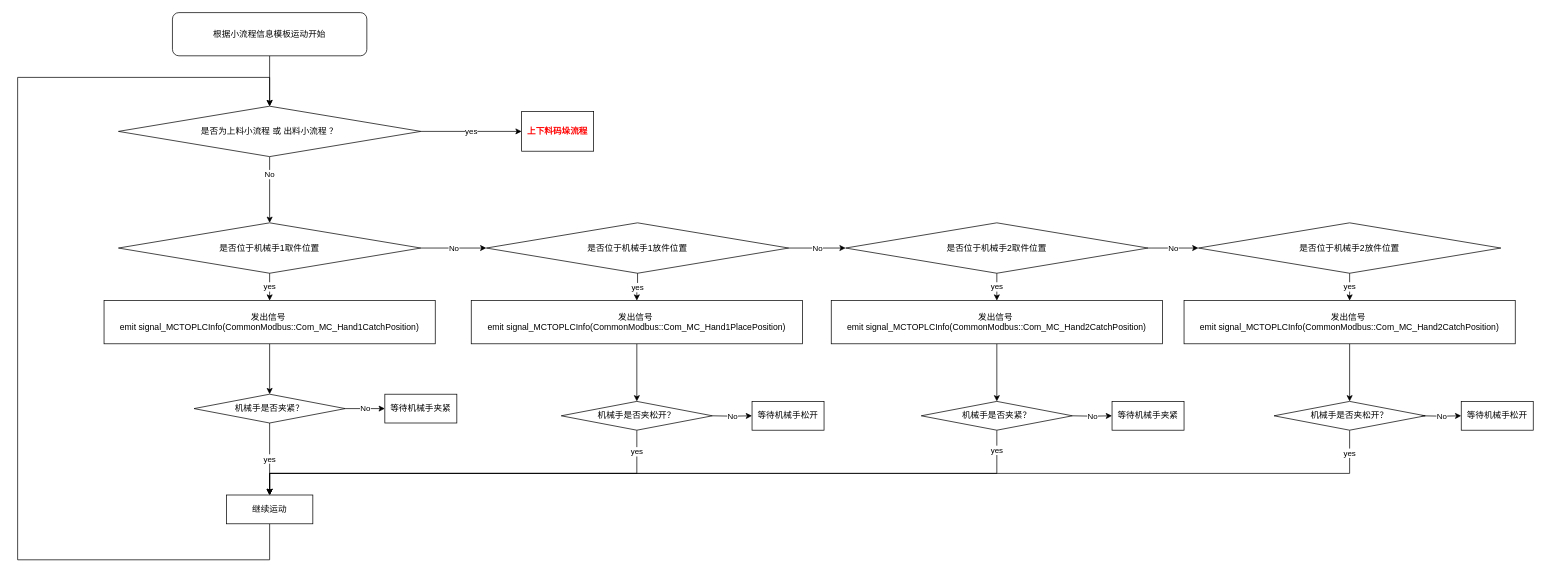
This is page "小流程信息模板运动" (4 of 5) of 未命名绘图.drawio from wjaswdd/draw.io, a draw.io file, before an edit. Source tidied: cells renumbered, new cells numbered last; positions are measured from the earlier drawing's top-left corner, leaving out a move shared by most shapes. Both pictures are drawn from the tidied source at 72%, with x=0, y=0 at pixel (17, 12).
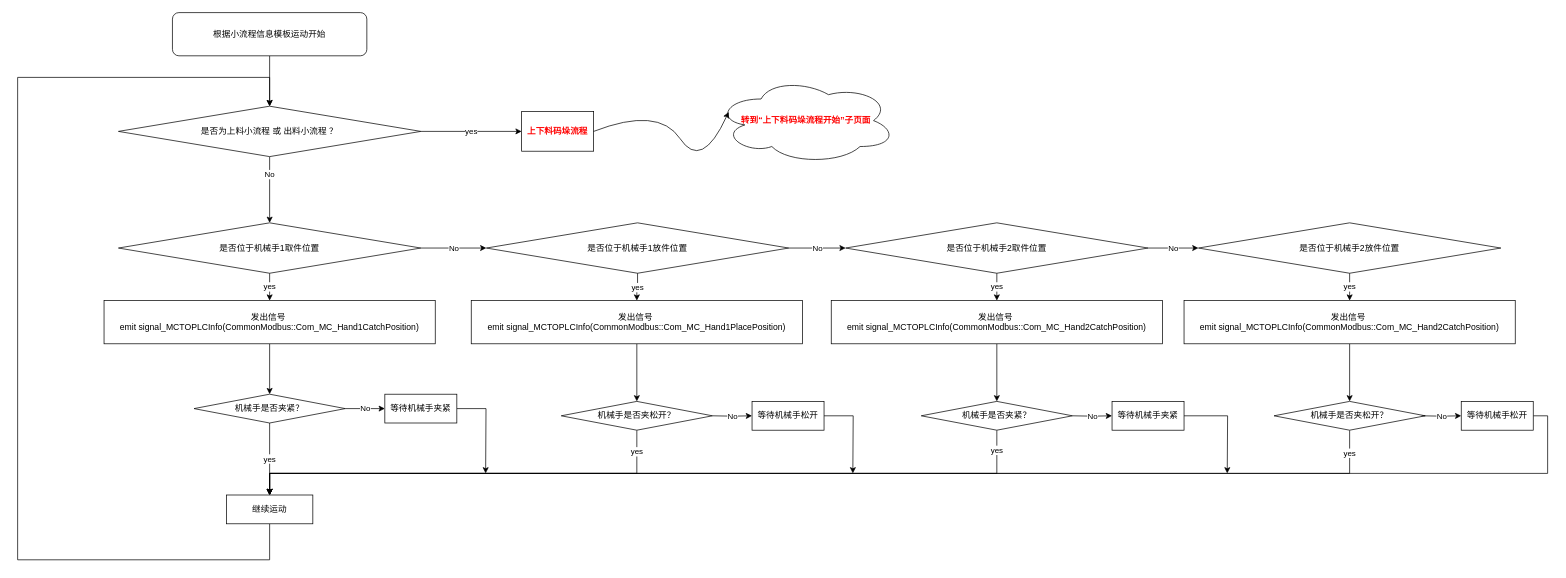
Above is the later version.

Commit message:
自动运行流程.drawio

Unchanged cells that the change refers to:
```xml
<mxCell id="32" value="等待机械手夹紧" style="whiteSpace=wrap;html=1;" parent="1" vertex="1">
  <mxGeometry x="510" y="530" width="100" height="40" as="geometry" />
</mxCell>
<mxCell id="34" value="继续运动" style="whiteSpace=wrap;html=1;" parent="1" vertex="1">
  <mxGeometry x="290" y="670" width="120" height="40" as="geometry" />
</mxCell>
<mxCell id="36" value="等待机械手夹紧" style="whiteSpace=wrap;html=1;" parent="1" vertex="1">
  <mxGeometry x="1520" y="540" width="100" height="40" as="geometry" />
</mxCell>
<mxCell id="38" value="等待机械手松开" style="whiteSpace=wrap;html=1;" parent="1" vertex="1">
  <mxGeometry x="2005" y="540" width="100" height="40" as="geometry" />
</mxCell>
<mxCell id="40" value="等待机械手松开" style="whiteSpace=wrap;html=1;" parent="1" vertex="1">
  <mxGeometry x="1020" y="540" width="100" height="40" as="geometry" />
</mxCell>
<mxCell id="44" value="上下料码垛流程" style="rounded=0;whiteSpace=wrap;html=1;strokeColor=#000000;fontColor=#FF0000;fontStyle=1;" parent="1" vertex="1">
  <mxGeometry x="700" y="137.5" width="100" height="55" as="geometry" />
</mxCell>
```

Change to the diagram source:
```diff
@@
+    <mxCell id="45" style="edgeStyle=orthogonalEdgeStyle;rounded=0;jettySize=auto;html=1;exitX=1;exitY=0.5;exitDx=0;exitDy=0;" parent="1" edge="1" source="32">
+      <mxGeometry relative="1" as="geometry">
+        <mxPoint x="650" y="640" as="targetPoint" />
+      </mxGeometry>
+    </mxCell>
@@
+    <mxCell id="46" style="edgeStyle=orthogonalEdgeStyle;rounded=0;jettySize=auto;html=1;exitX=1;exitY=0.5;exitDx=0;exitDy=0;" parent="1" edge="1" source="36">
+      <mxGeometry relative="1" as="geometry">
+        <mxPoint x="1680" y="640" as="targetPoint" />
+      </mxGeometry>
+    </mxCell>
@@
+    <mxCell id="47" style="edgeStyle=orthogonalEdgeStyle;rounded=0;jettySize=auto;html=1;exitX=1;exitY=0.5;exitDx=0;exitDy=0;entryX=0.5;entryY=0;entryDx=0;entryDy=0;" parent="1" edge="1" source="38" target="34">
+      <mxGeometry relative="1" as="geometry">
+        <Array as="points">
+          <mxPoint x="2125" y="560" />
+          <mxPoint x="2125" y="640" />
+          <mxPoint x="350" y="640" />
+        </Array>
+      </mxGeometry>
+    </mxCell>
@@
+    <mxCell id="48" style="edgeStyle=orthogonalEdgeStyle;rounded=0;jettySize=auto;html=1;exitX=1;exitY=0.5;exitDx=0;exitDy=0;" parent="1" edge="1" source="40">
+      <mxGeometry relative="1" as="geometry">
+        <mxPoint x="1160" y="640" as="targetPoint" />
+      </mxGeometry>
+    </mxCell>
@@
+    <mxCell id="49" value="转到“上下料码垛流程开始”子页面" style="ellipse;shape=cloud;whiteSpace=wrap;html=1;fontColor=#FF0000;fontStyle=1;" parent="1" vertex="1">
+      <mxGeometry x="970" y="90" width="250" height="120" as="geometry" />
+    </mxCell>
+    <mxCell id="50" style="curved=1;endArrow=classic;html=1;rounded=0;exitX=1;exitY=0.5;exitDx=0;exitDy=0;entryX=0.07;entryY=0.4;entryDx=0;entryDy=0;entryPerimeter=0;" parent="1" edge="1" source="44" target="49">
+      <mxGeometry relative="1" as="geometry">
+        <Array as="points">
+          <mxPoint x="890" y="130" />
+          <mxPoint x="950" y="220" />
+        </Array>
+      </mxGeometry>
+    </mxCell>
```
